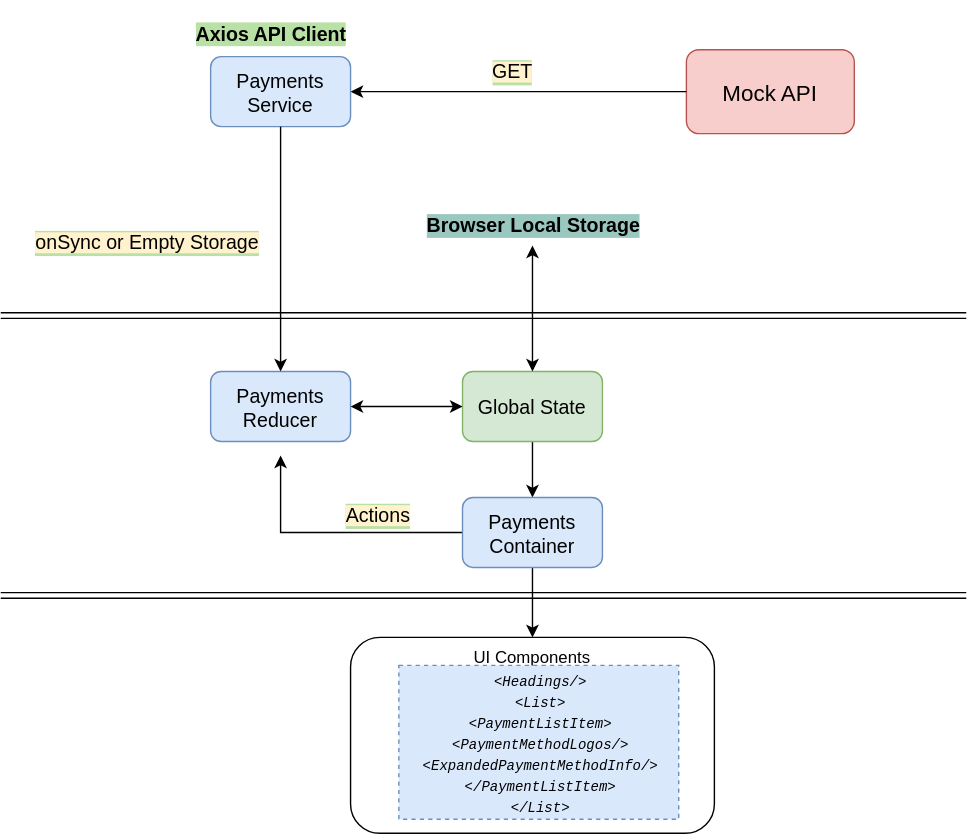
dmorais92/paymentMethodsPoc keeps this draw.io diagram as PaymentMethods.svg. Above is the earlier version. Source tidied: cells renumbered, new cells last; positions are measured from the earlier drawing's top-left corner, leaving out a move shared by most shapes.
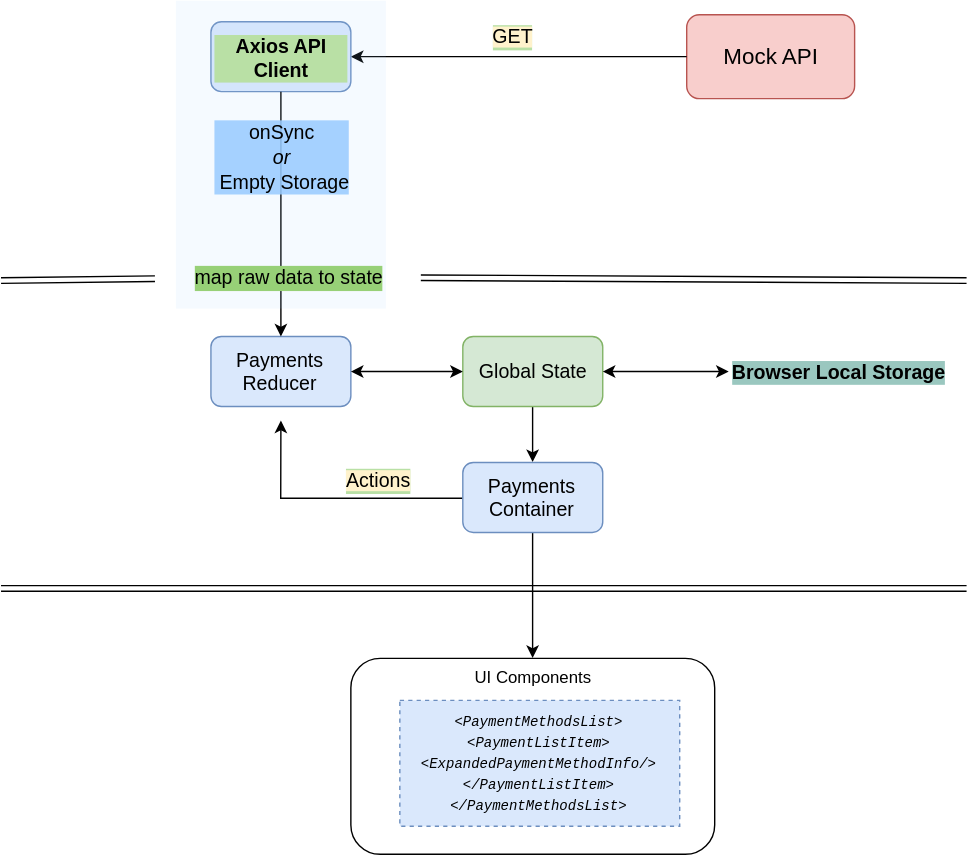
Later version of the same file.

What changed in the source:
```diff
@@ -9,14 +9,11 @@
       <mxGeometry relative="1" as="geometry" />
     </mxCell>
     <mxCell id="4" value="UI Components&lt;br&gt;" style="rounded=1;whiteSpace=wrap;html=1;verticalAlign=top;" parent="1" vertex="1">
-      <mxGeometry x="250" y="455" width="260" height="140" as="geometry" />
+      <mxGeometry x="250" y="495" width="260" height="140" as="geometry" />
     </mxCell>
-    <mxCell id="5" value="&lt;font style=&quot;font-size: 10px&quot; face=&quot;Courier New&quot;&gt;&lt;i&gt;&amp;lt;Headings/&amp;gt;&lt;br&gt;&amp;lt;List&amp;gt;&lt;br&gt;&amp;lt;PaymentListItem&amp;gt;&lt;br&gt;&amp;lt;PaymentMethodLogos/&amp;gt;&lt;br&gt;&amp;lt;ExpandedPaymentMethodInfo/&amp;gt;&lt;br&gt;&amp;lt;/PaymentListItem&amp;gt;&lt;br&gt;&amp;lt;/List&amp;gt;&lt;/i&gt;&lt;/font&gt;" style="rounded=0;whiteSpace=wrap;html=1;fillColor=#dae8fc;strokeColor=#6c8ebf;dashed=1;" parent="1" vertex="1">
-      <mxGeometry x="284.5" y="475" width="200" height="110" as="geometry" />
+    <mxCell id="5" value="&lt;font style=&quot;font-size: 10px&quot; face=&quot;Courier New&quot;&gt;&lt;i&gt;&amp;lt;PaymentMethodsList&amp;gt;&lt;br&gt;&amp;lt;PaymentListItem&amp;gt;&lt;br&gt;&amp;lt;ExpandedPaymentMethodInfo/&amp;gt;&lt;br&gt;&amp;lt;/PaymentListItem&amp;gt;&lt;br&gt;&amp;lt;/&lt;/i&gt;&lt;/font&gt;&lt;i style=&quot;font-family: &amp;#34;courier new&amp;#34; ; font-size: 10px&quot;&gt;PaymentMethodsList&lt;/i&gt;&lt;font style=&quot;font-size: 10px&quot; face=&quot;Courier New&quot;&gt;&lt;i&gt;&amp;gt;&lt;/i&gt;&lt;/font&gt;" style="rounded=0;whiteSpace=wrap;html=1;fillColor=#dae8fc;strokeColor=#6c8ebf;dashed=1;" parent="1" vertex="1">
+      <mxGeometry x="285" y="525" width="200" height="90" as="geometry" />
     </mxCell>
-    <mxCell id="6" value="Axios API Client" style="text;html=1;strokeColor=none;fillColor=none;align=center;verticalAlign=middle;whiteSpace=wrap;rounded=0;dashed=1;labelBackgroundColor=#B9E0A5;fontSize=14;fontStyle=1;" parent="1" vertex="1">
-      <mxGeometry x="105" width="175" height="45" as="geometry" />
-    </mxCell>
     <mxCell id="7" value="Payments Service" style="rounded=1;whiteSpace=wrap;html=1;fillColor=#dae8fc;strokeColor=#6c8ebf;strokeWidth=1;glass=0;comic=0;shadow=0;fontSize=14;" parent="1" vertex="1">
       <mxGeometry x="150" y="40" width="100" height="50" as="geometry" />
     </mxCell>
@@ -33,22 +30,27 @@
       <mxGeometry x="330" y="265" width="100" height="50" as="geometry" />
     </mxCell>
     <mxCell id="12" value="Browser Local Storage" style="text;html=1;strokeColor=none;fillColor=none;align=center;verticalAlign=middle;whiteSpace=wrap;rounded=0;dashed=1;labelBackgroundColor=#9AC7BF;fontSize=14;fontStyle=1;" parent="1" vertex="1">
-      <mxGeometry x="302" y="145" width="156" height="30" as="geometry" />
+      <mxGeometry x="520" y="275" width="156" height="30" as="geometry" />
     </mxCell>
     <mxCell id="13" style="endArrow=classic;startArrow=classic;html=1;fontFamily=Lucida Console;fontSize=14;exitX=1;exitY=0.5;exitDx=0;exitDy=0;entryX=0;entryY=0.5;entryDx=0;entryDy=0;" parent="1" edge="1" source="9" target="11">
       <mxGeometry relative="1" as="geometry" />
     </mxCell>
-    <mxCell id="14" style="endArrow=classic;startArrow=classic;html=1;fontFamily=Lucida Console;fontSize=14;entryX=0.5;entryY=1;entryDx=0;entryDy=0;exitX=0.5;exitY=0;exitDx=0;exitDy=0;" parent="1" edge="1" source="11" target="12">
+    <mxCell id="14" style="endArrow=classic;startArrow=classic;html=1;fontFamily=Lucida Console;fontSize=14;entryX=0;entryY=0.5;entryDx=0;entryDy=0;exitX=1;exitY=0.5;exitDx=0;exitDy=0;" parent="1" edge="1" source="11" target="12">
       <mxGeometry relative="1" as="geometry" />
     </mxCell>
     <mxCell id="15" style="endArrow=classic;html=1;fontFamily=Lucida Console;fontSize=14;exitX=0.5;exitY=1;exitDx=0;exitDy=0;entryX=0.5;entryY=0;entryDx=0;entryDy=0;" parent="1" edge="1" source="7" target="9">
       <mxGeometry relative="1" as="geometry" />
     </mxCell>
-    <mxCell id="16" value="&lt;span style=&quot;background-color: rgb(255 , 242 , 204)&quot;&gt;&lt;font face=&quot;Helvetica&quot;&gt;onSync or Empty Storage&lt;br&gt;&lt;/font&gt;&lt;/span&gt;" style="text;html=1;strokeColor=none;fillColor=none;align=center;verticalAlign=middle;whiteSpace=wrap;rounded=0;dashed=1;labelBackgroundColor=#B9E0A5;fontFamily=Lucida Console;fontSize=14;" parent="1" vertex="1">
-      <mxGeometry x="10" y="160" width="190" height="25" as="geometry" />
+    <mxCell id="16" value="&lt;span&gt;&lt;font face=&quot;Helvetica&quot;&gt;onSync&lt;br&gt;&lt;i&gt;or&lt;/i&gt;&lt;br&gt;&amp;nbsp;Empty Storage&lt;br&gt;&lt;/font&gt;&lt;/span&gt;" style="text;html=1;strokeColor=none;fillColor=#99CCFF;align=center;verticalAlign=middle;whiteSpace=wrap;rounded=0;dashed=1;labelBackgroundColor=#99CCFFdd;fontFamily=Lucida Console;fontSize=14;opacity=10;" parent="1" vertex="1">
+      <mxGeometry x="125" y="25" width="150" height="220" as="geometry" />
     </mxCell>
     <mxCell id="17" style="edgeStyle=orthogonalEdgeStyle;rounded=0;jettySize=auto;html=1;entryX=0.5;entryY=0;entryDx=0;entryDy=0;fontFamily=Lucida Console;fontSize=14;" parent="1" edge="1" source="19" target="4">
-      <mxGeometry relative="1" as="geometry" />
+      <mxGeometry relative="1" as="geometry">
+        <Array as="points">
+          <mxPoint x="380" y="465" />
+          <mxPoint x="380" y="465" />
+        </Array>
+      </mxGeometry>
     </mxCell>
     <mxCell id="18" style="edgeStyle=orthogonalEdgeStyle;rounded=0;jettySize=auto;html=1;" parent="1" edge="1" source="19">
       <mxGeometry relative="1" as="geometry">
@@ -61,17 +63,27 @@
     <mxCell id="20" value="&lt;span style=&quot;background-color: rgb(255 , 242 , 204)&quot;&gt;&lt;font face=&quot;Helvetica&quot;&gt;Actions&lt;br&gt;&lt;/font&gt;&lt;/span&gt;" style="text;html=1;strokeColor=none;fillColor=none;align=center;verticalAlign=middle;whiteSpace=wrap;rounded=0;dashed=1;labelBackgroundColor=#B9E0A5;fontFamily=Lucida Console;fontSize=14;" parent="1" vertex="1">
       <mxGeometry x="175" y="355" width="190" height="25" as="geometry" />
     </mxCell>
-    <mxCell id="21" style="shape=link;html=1;" parent="1" edge="1">
+    <mxCell id="21" style="shape=link;html=1;" parent="1" edge="1" source="23">
       <mxGeometry relative="1" as="geometry">
-        <mxPoint y="225" as="sourcePoint" />
         <mxPoint x="690" y="225" as="targetPoint" />
       </mxGeometry>
     </mxCell>
     <mxCell id="22" style="shape=link;html=1;" parent="1" edge="1">
       <mxGeometry relative="1" as="geometry">
-        <mxPoint y="425" as="sourcePoint" />
-        <mxPoint x="690" y="425" as="targetPoint" />
+        <mxPoint y="445" as="sourcePoint" />
+        <mxPoint x="690" y="445" as="targetPoint" />
       </mxGeometry>
     </mxCell>
+    <mxCell id="6" value="Axios API Client" style="text;html=1;strokeColor=none;fillColor=none;align=center;verticalAlign=middle;whiteSpace=wrap;rounded=0;dashed=1;labelBackgroundColor=#B9E0A5;fontSize=14;fontStyle=1;" parent="1" vertex="1">
+      <mxGeometry x="152" y="42.5" width="97" height="45" as="geometry" />
+    </mxCell>
+    <mxCell id="23" value="&lt;span&gt;&lt;font face=&quot;Helvetica&quot;&gt;map raw data to state&lt;br&gt;&lt;/font&gt;&lt;/span&gt;" style="text;html=1;strokeColor=none;fillColor=none;align=center;verticalAlign=middle;whiteSpace=wrap;rounded=0;dashed=1;labelBackgroundColor=#97D077;fontFamily=Lucida Console;fontSize=14;" parent="1" vertex="1">
+      <mxGeometry x="110" y="210" width="190" height="25" as="geometry" />
+    </mxCell>
+    <mxCell id="24" style="shape=link;html=1;" parent="1" edge="1" target="23">
+      <mxGeometry relative="1" as="geometry">
+        <mxPoint y="225" as="sourcePoint" />
+      </mxGeometry>
+    </mxCell>
   </root>
 </mxGraphModel>
```
